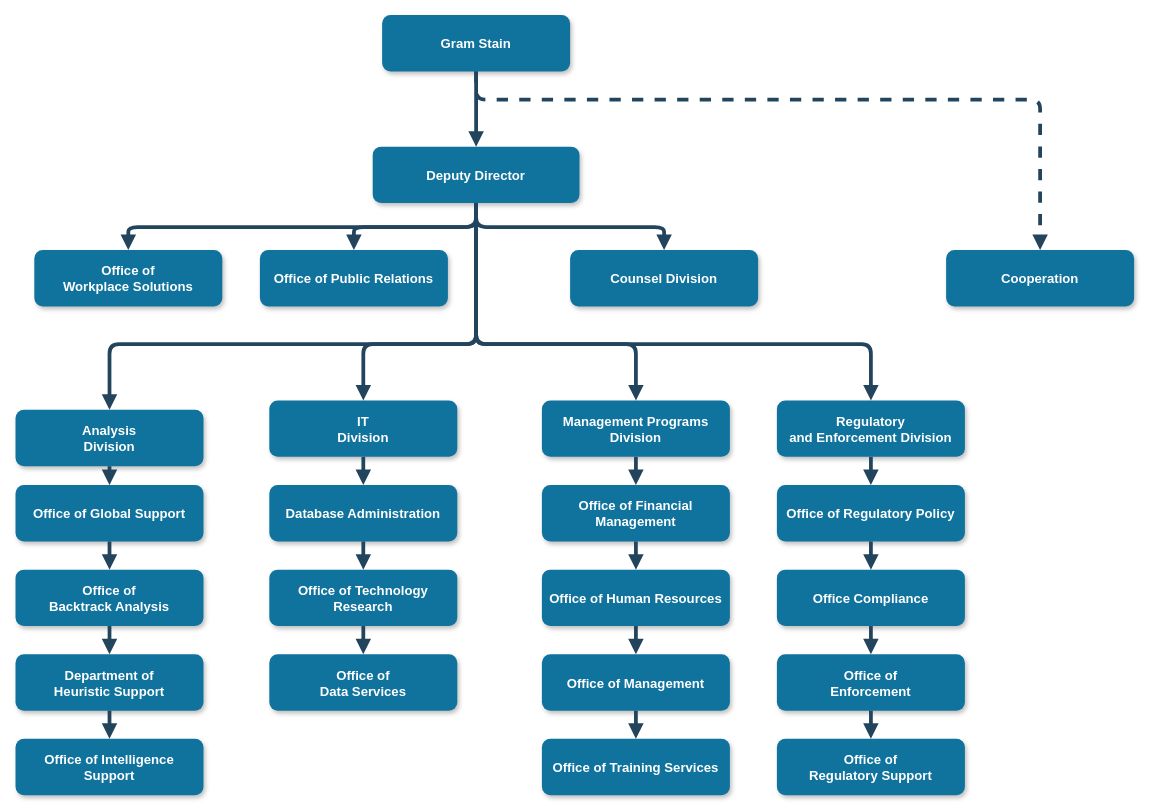
This is Untitled Diagram.drawio from pjbelbin/microproj, a draw.io file, before an edit. Source tidied: cells renumbered, new cells numbered last; positions are measured from the earlier drawing's top-left corner, leaving out a move shared by most shapes. Both pictures are drawn from the tidied source at 94%, with x=0, y=0 at pixel (15, 15).
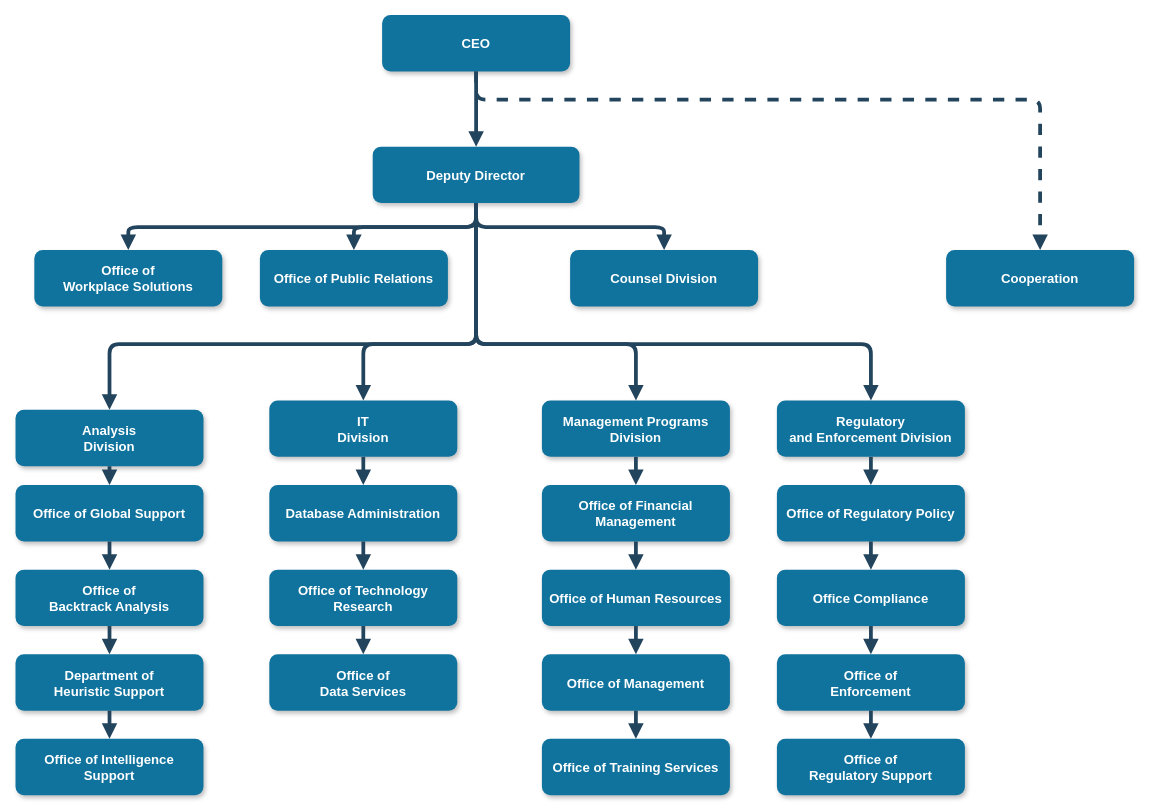
The same page after the edit.

The edit, as a diff of the source:
```diff
@@
-    <mxCell id="2" value="Gram Stain" style="rounded=1;fillColor=#10739E;strokeColor=none;shadow=1;gradientColor=none;fontStyle=1;fontColor=#FFFFFF;fontSize=14;" parent="1" vertex="1">
+    <mxCell id="2" value="CEO" style="rounded=1;fillColor=#10739E;strokeColor=none;shadow=1;gradientColor=none;fontStyle=1;fontColor=#FFFFFF;fontSize=14;" parent="1" vertex="1">
       <mxGeometry x="390" y="-0.5" width="200" height="60" as="geometry" />
     </mxCell>
```
